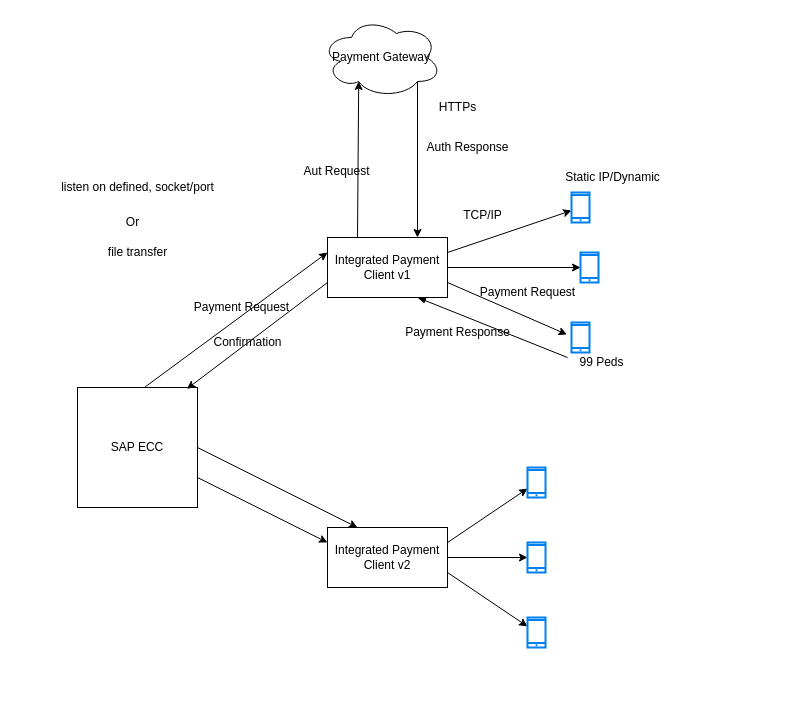
The draw.io diagram page "On Prem" (1 of 3) of WorldPay.drawio in mrf742002/Diagrams, before the edit. Source tidied: cells renumbered, new cells numbered last; positions are measured from the earlier drawing's top-left corner, leaving out a move shared by most shapes. Both pictures are drawn from the tidied source at 100%, with x=0, y=0 at pixel (52, 17).
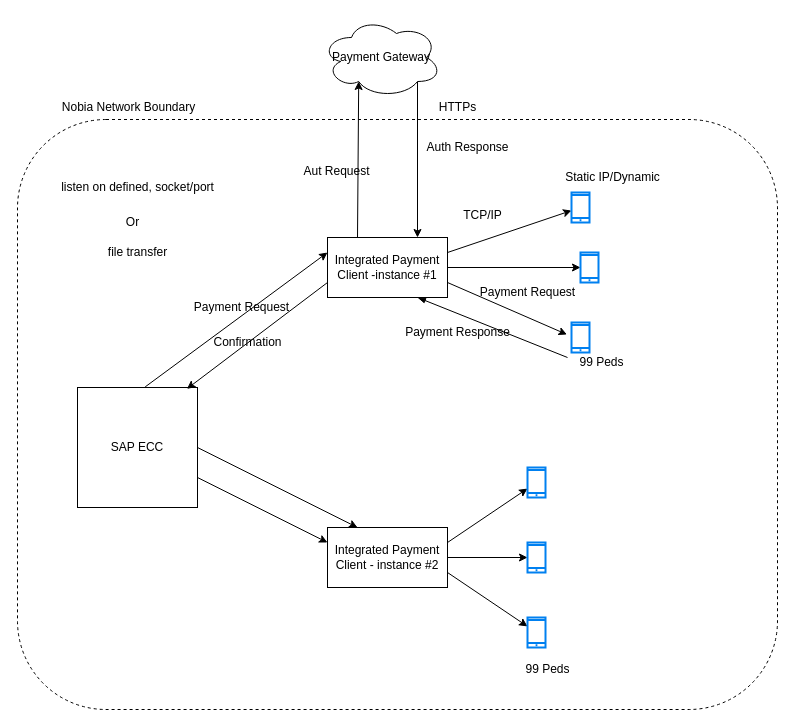
The same diagram, later.

What changed in the source:
```diff
@@
+    <mxCell id="38" style="rounded=1;whiteSpace=wrap;html=1;dashed=1;" parent="1" vertex="1">
+      <mxGeometry x="-35" y="102" width="760" height="590" as="geometry" />
+    </mxCell>
@@
-    <mxCell id="12" value="Integrated Payment Client v1" style="rounded=0;whiteSpace=wrap;html=1;" parent="1" vertex="1">
+    <mxCell id="12" value="Integrated Payment Client -instance #1" style="rounded=0;whiteSpace=wrap;html=1;" parent="1" vertex="1">
       <mxGeometry x="275" y="220" width="120" height="60" as="geometry" />
     </mxCell>
@@
-    <mxCell id="17" value="Integrated Payment Client v2" style="rounded=0;whiteSpace=wrap;html=1;" parent="1" vertex="1">
+    <mxCell id="17" value="Integrated Payment Client - instance #2" style="rounded=0;whiteSpace=wrap;html=1;" parent="1" vertex="1">
       <mxGeometry x="275" y="510" width="120" height="60" as="geometry" />
     </mxCell>
@@
+    <mxCell id="39" value="99 Peds" style="text;html=1;align=center;verticalAlign=middle;" parent="1" vertex="1">
+      <mxGeometry x="465" y="642" width="60" height="20" as="geometry" />
+    </mxCell>
+    <mxCell id="40" value="Nobia Network Boundary" style="text;html=1;align=center;verticalAlign=middle;" parent="1" vertex="1">
+      <mxGeometry x="1" y="80" width="150" height="20" as="geometry" />
+    </mxCell>
```
